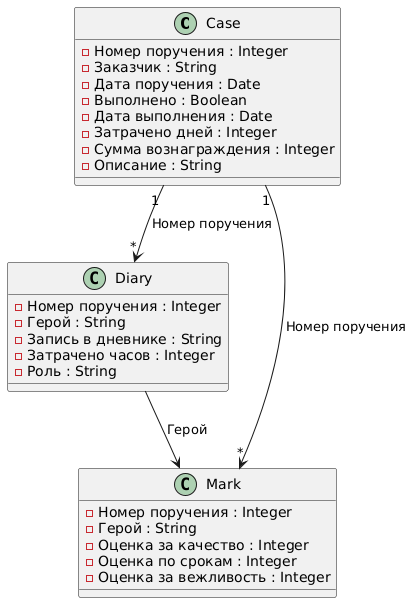
This is umldiagram.png from zina1t/GPNChallenge, a PlantUML export, as it was before one commit. Source of this version:
```plantuml
@startuml
class Case {
    - Номер поручения : Integer
    - Заказчик : String
    - Дата поручения : Date
    - Выполнено : Boolean
    - Дата выполнения : Date
    - Затрачено дней : Integer
    - Сумма вознаграждения : Integer
    - Описание : String
}

class Diary {
    - Номер поручения : Integer
    - Герой : String
    - Запись в дневнике : String
    - Затрачено часов : Integer
    - Роль : String
}

class Mark {
    - Номер поручения : Integer
    - Герой : String
    - Оценка за качество : Integer
    - Оценка по срокам : Integer
    - Оценка за вежливость : Integer
}

Case "1" --> "*" Diary : Номер поручения
Case "1" --> "*" Mark : Номер поручения
Diary --> Mark : Герой
@enduml
```
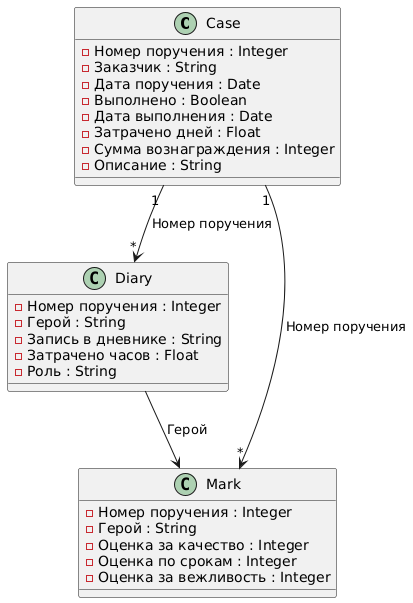
The same diagram one commit later.

Commit message:
preprocessing of data

Change to the diagram source:
```diff
@@ -5,7 +5,7 @@
     - Дата поручения : Date
     - Выполнено : Boolean
     - Дата выполнения : Date
-    - Затрачено дней : Integer
+    - Затрачено дней : Float
     - Сумма вознаграждения : Integer
     - Описание : String
 }
@@ -14,7 +14,7 @@
     - Номер поручения : Integer
     - Герой : String
     - Запись в дневнике : String
-    - Затрачено часов : Integer
+    - Затрачено часов : Float
     - Роль : String
 }
 
```
